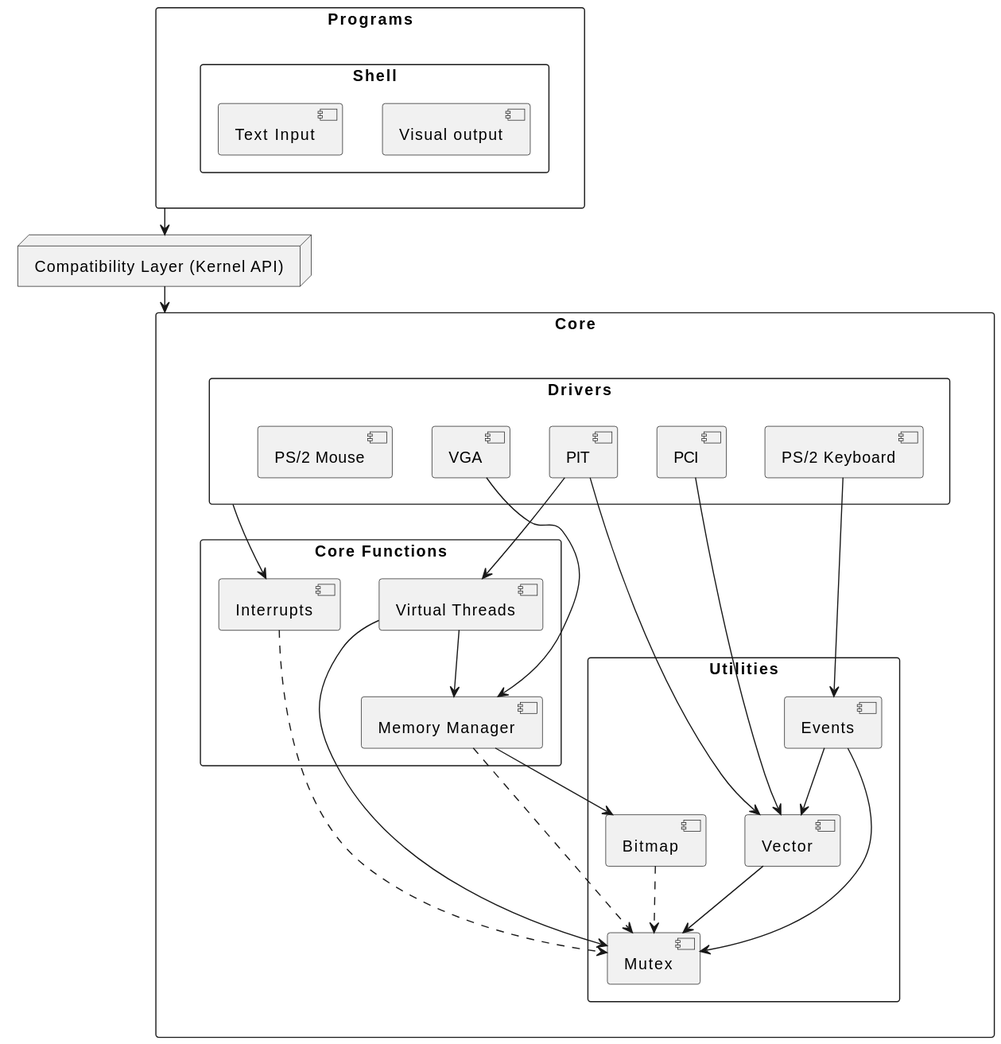
The PlantUML diagram docs/svg/kernel diagram.svg in cactoes/virtual_reflections_os, before a commit. The source it was exported from:
```plantuml
@startuml

rectangle "Core" {
    rectangle "Drivers" {
        [PCI]
        [PIT]
        [VGA]
        [PS/2 Keyboard]
        [PS/2 Mouse]
    }

    rectangle "Core Functions" {
        [Virtual Threads]
        [Memory Manager]
        [Interrupts]
    }

    rectangle "Utilities" {
        [Vector]
        [Mutex]
        [Events]
        [Bitmap]
    }
}

[Virtual Threads] --> [Mutex]
[Virtual Threads] --> [Memory Manager]

[Memory Manager] --> [Bitmap]
[Memory Manager] ..> [Mutex]

[Interrupts] ..> [Mutex]

[Drivers] --> [Interrupts]
[PCI] --> [Vector]
[PIT] --> [Vector]
[PIT] --> [Virtual Threads]
[VGA] --> [Memory Manager]
[PS/2 Keyboard] --> [Events]

[Events] --> [Mutex]
[Bitmap] ..> [Mutex]
[Events] --> [Vector]
[Vector] --> [Mutex]

rectangle "Programs" {
    rectangle "Shell" {
        [Visual output]
        [Text Input]
    }
}

node "Compatibility Layer (Kernel API)" as CL {

}

Programs --> CL
CL --> Core
@enduml
```
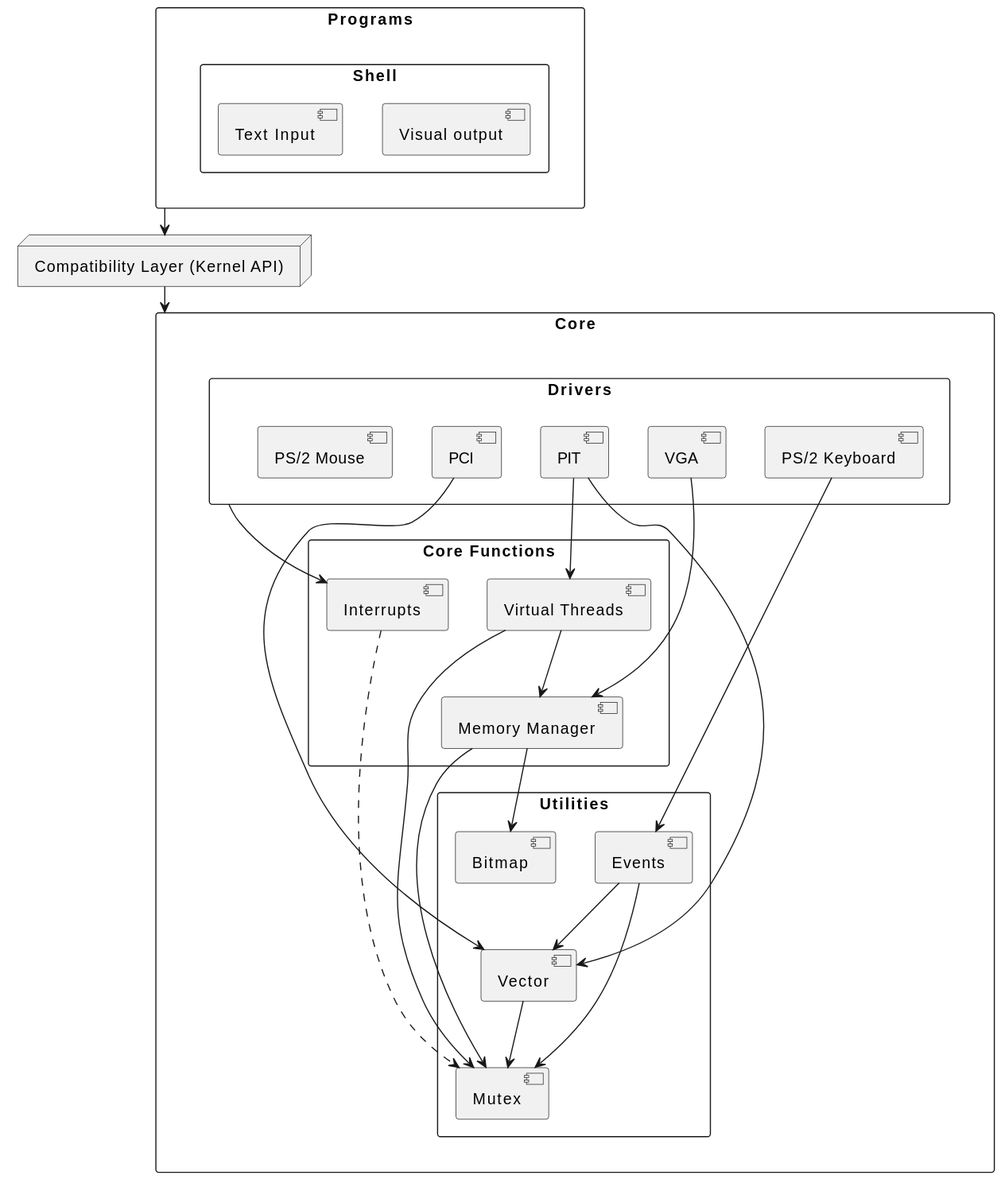
After the commit.

Commit message:
auto generated diagrams [skip ci]

What changed in the source:
```diff
@@ -27,7 +27,7 @@
 [Virtual Threads] --> [Memory Manager]
 
 [Memory Manager] --> [Bitmap]
-[Memory Manager] ..> [Mutex]
+[Memory Manager] --> [Mutex]
 
 [Interrupts] ..> [Mutex]
 
@@ -39,7 +39,6 @@
 [PS/2 Keyboard] --> [Events]
 
 [Events] --> [Mutex]
-[Bitmap] ..> [Mutex]
 [Events] --> [Vector]
 [Vector] --> [Mutex]
 
@@ -51,7 +50,6 @@
 }
 
 node "Compatibility Layer (Kernel API)" as CL {
-
 }
 
 Programs --> CL
```
